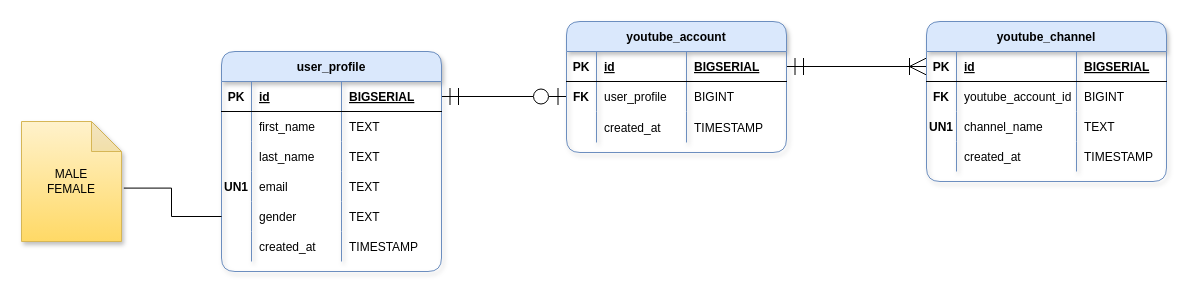
Above: page "ERD" (3 of 3) of ERD/Youtube Database Design.drawio in osman-software-engineer/sql-project-3 (draw.io), before the change. Source tidied: cells renumbered, new cells numbered last; positions are measured from the earlier drawing's top-left corner, leaving out a move shared by most shapes. Both pictures are drawn from the tidied source at 100%, with x=0, y=0 at pixel (21, 21).
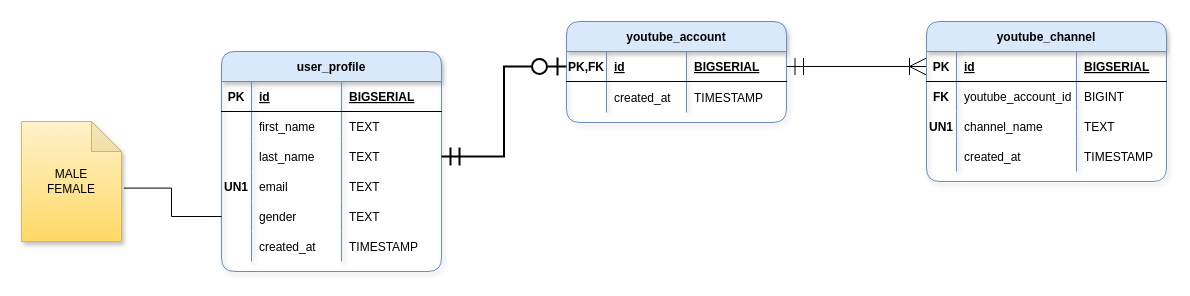
After the change.

Unchanged cells that the change refers to:
```xml
<mxCell id="4" style="shape=tableRow;horizontal=0;startSize=0;swimlaneHead=0;swimlaneBody=0;fillColor=none;points=[[0,0.5],[1,0.5]];portConstraint=eastwest;top=0;left=0;right=0;bottom=1;" parent="3" vertex="1">
  <mxGeometry y="30" width="220" height="30" as="geometry" />
</mxCell>
<mxCell id="12" style="shape=tableRow;horizontal=0;startSize=0;swimlaneHead=0;swimlaneBody=0;fillColor=none;points=[[0,0.5],[1,0.5]];portConstraint=eastwest;top=0;left=0;right=0;bottom=0;" parent="3" vertex="1">
  <mxGeometry y="90" width="220" height="30" as="geometry" />
</mxCell>
<mxCell id="32" style="shape=tableRow;horizontal=0;startSize=0;swimlaneHead=0;swimlaneBody=0;fillColor=none;points=[[0,0.5],[1,0.5]];portConstraint=eastwest;top=0;left=0;right=0;bottom=1;" parent="31" vertex="1">
  <mxGeometry y="30" width="220" height="30" as="geometry" />
</mxCell>
```

What changed in the source:
```diff
@@
-    <mxCell id="2" style="edgeStyle=orthogonalEdgeStyle;rounded=0;jettySize=auto;html=1;entryX=0;entryY=0.5;entryDx=0;entryDy=0;exitX=1;exitY=0.5;exitDx=0;exitDy=0;endArrow=ERzeroToOne;endFill=0;startArrow=ERmandOne;startFill=0;endSize=15;startSize=15;" parent="1" edge="1" source="4" target="36">
+    <mxCell id="2" style="edgeStyle=orthogonalEdgeStyle;rounded=0;jettySize=auto;html=1;entryX=0;entryY=0.5;entryDx=0;entryDy=0;exitX=1;exitY=0.5;exitDx=0;exitDy=0;endArrow=ERzeroToOne;endFill=0;startArrow=ERmandOne;startFill=0;endSize=15;startSize=15;" parent="1" edge="1" source="4">
       <mxGeometry relative="1" as="geometry" />
     </mxCell>
@@
     <mxCell id="31" value="youtube_account" style="shape=table;startSize=30;childLayout=tableLayout;rowLines=0;fontStyle=1;align=center;rounded=1;swimlaneLine=1;fillColor=#dae8fc;strokeColor=#6c8ebf;shadow=1;sketch=0;" parent="1" vertex="1">
-      <mxGeometry x="545" width="220" height="131" as="geometry" />
+      <mxGeometry x="545" width="220" height="101" as="geometry" />
     </mxCell>
@@
-    <mxCell id="33" value="PK" style="shape=partialRectangle;fillColor=none;top=0;left=0;bottom=0;right=0;fontStyle=1;overflow=hidden;" parent="32" vertex="1">
-      <mxGeometry width="30" height="30" as="geometry" />
+    <mxCell id="33" value="PK,FK" style="shape=partialRectangle;fillColor=none;top=0;left=0;bottom=0;right=0;fontStyle=1;overflow=hidden;" parent="32" vertex="1">
+      <mxGeometry width="40" height="30" as="geometry" />
     </mxCell>
     <mxCell id="34" value="id" style="shape=partialRectangle;fillColor=none;top=0;left=0;bottom=0;right=0;align=left;spacingLeft=6;fontStyle=5;overflow=hidden;" parent="32" vertex="1">
-      <mxGeometry x="30" width="90" height="30" as="geometry" />
+      <mxGeometry x="40" width="80" height="30" as="geometry" />
     </mxCell>
@@
-    <mxCell id="36" style="shape=tableRow;horizontal=0;startSize=0;swimlaneHead=0;swimlaneBody=0;fillColor=none;points=[[0,0.5],[1,0.5]];portConstraint=eastwest;top=0;left=0;right=0;bottom=0;" parent="31" vertex="1">
-      <mxGeometry y="60" width="220" height="30" as="geometry" />
-    </mxCell>
-    <mxCell id="37" value="FK" style="shape=partialRectangle;fillColor=none;top=0;left=0;bottom=0;right=0;overflow=hidden;fontStyle=1;" parent="36" vertex="1">
-      <mxGeometry width="30" height="30" as="geometry" />
-    </mxCell>
-    <mxCell id="38" value="user_profile" style="shape=partialRectangle;fillColor=none;top=0;left=0;bottom=0;right=0;align=left;spacingLeft=6;overflow=hidden;" parent="36" vertex="1">
-      <mxGeometry x="30" width="90" height="30" as="geometry" />
-    </mxCell>
-    <mxCell id="39" value="BIGINT" style="shape=partialRectangle;fillColor=none;top=0;left=0;bottom=0;right=0;align=left;spacingLeft=6;overflow=hidden;" parent="36" vertex="1">
-      <mxGeometry x="120" width="100" height="30" as="geometry" />
-    </mxCell>
     <mxCell id="40" style="shape=tableRow;horizontal=0;startSize=0;swimlaneHead=0;swimlaneBody=0;fillColor=none;top=0;left=0;right=0;bottom=0;" parent="31" vertex="1">
-      <mxGeometry y="90" width="220" height="31" as="geometry" />
+      <mxGeometry y="60" width="220" height="31" as="geometry" />
     </mxCell>
     <mxCell id="41" style="shape=partialRectangle;fillColor=none;top=0;left=0;bottom=0;right=0;overflow=hidden;" parent="40" vertex="1">
-      <mxGeometry width="30" height="31" as="geometry" />
+      <mxGeometry width="40" height="31" as="geometry" />
     </mxCell>
     <mxCell id="42" value="created_at" style="shape=partialRectangle;fillColor=none;top=0;left=0;bottom=0;right=0;align=left;spacingLeft=6;overflow=hidden;" parent="40" vertex="1">
-      <mxGeometry x="30" width="90" height="31" as="geometry" />
+      <mxGeometry x="40" width="80" height="31" as="geometry" />
     </mxCell>
@@
+    <mxCell id="61" style="edgeStyle=orthogonalEdgeStyle;rounded=0;jettySize=auto;html=1;entryX=0;entryY=0.5;entryDx=0;entryDy=0;strokeWidth=2;fontSize=13;startArrow=ERmandOne;startFill=0;endArrow=ERzeroToOne;endFill=0;startSize=15;endSize=15;" parent="1" edge="1" source="12" target="32">
+      <mxGeometry relative="1" as="geometry" />
+    </mxCell>
```
